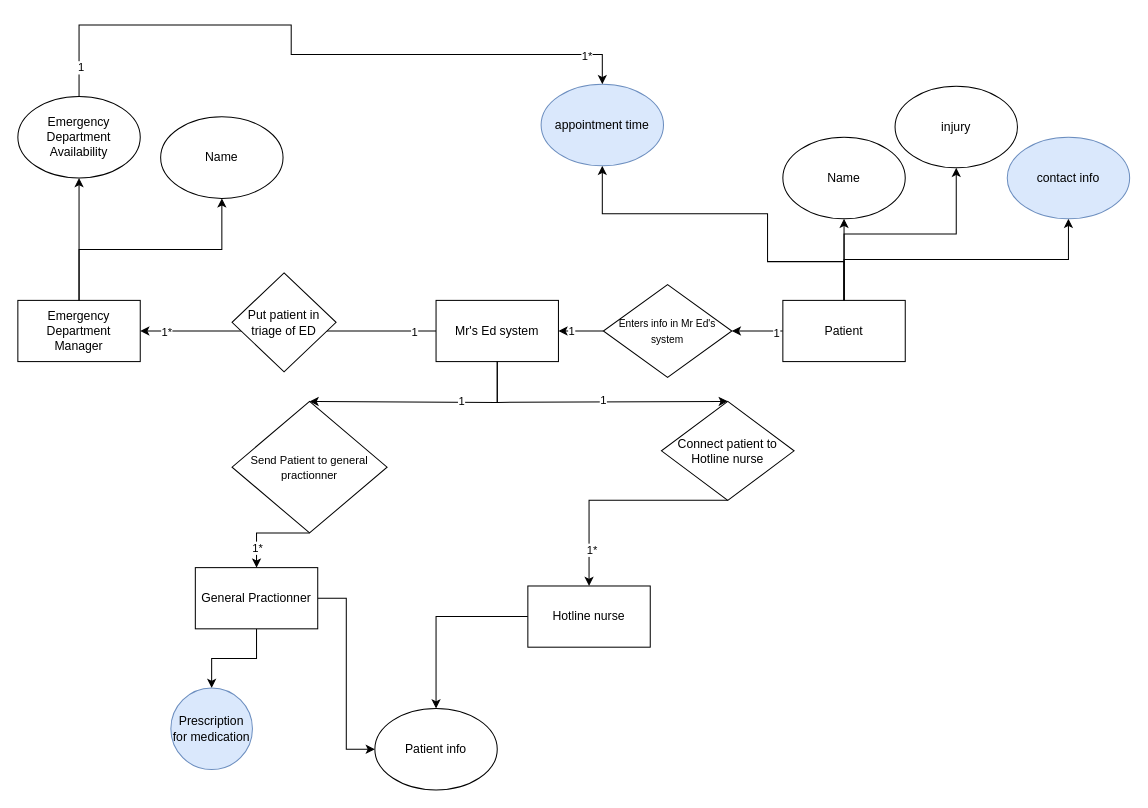
The draw.io diagram EliorWork/drawios/ERD.drawio in SENG-350-2024-fall/Team9, before the edit. Source tidied: cells renumbered, new cells numbered last; positions are measured from the earlier drawing's top-left corner, leaving out a move shared by most shapes. Both pictures are drawn from the tidied source at 102%, with x=0, y=0 at pixel (17, 24).
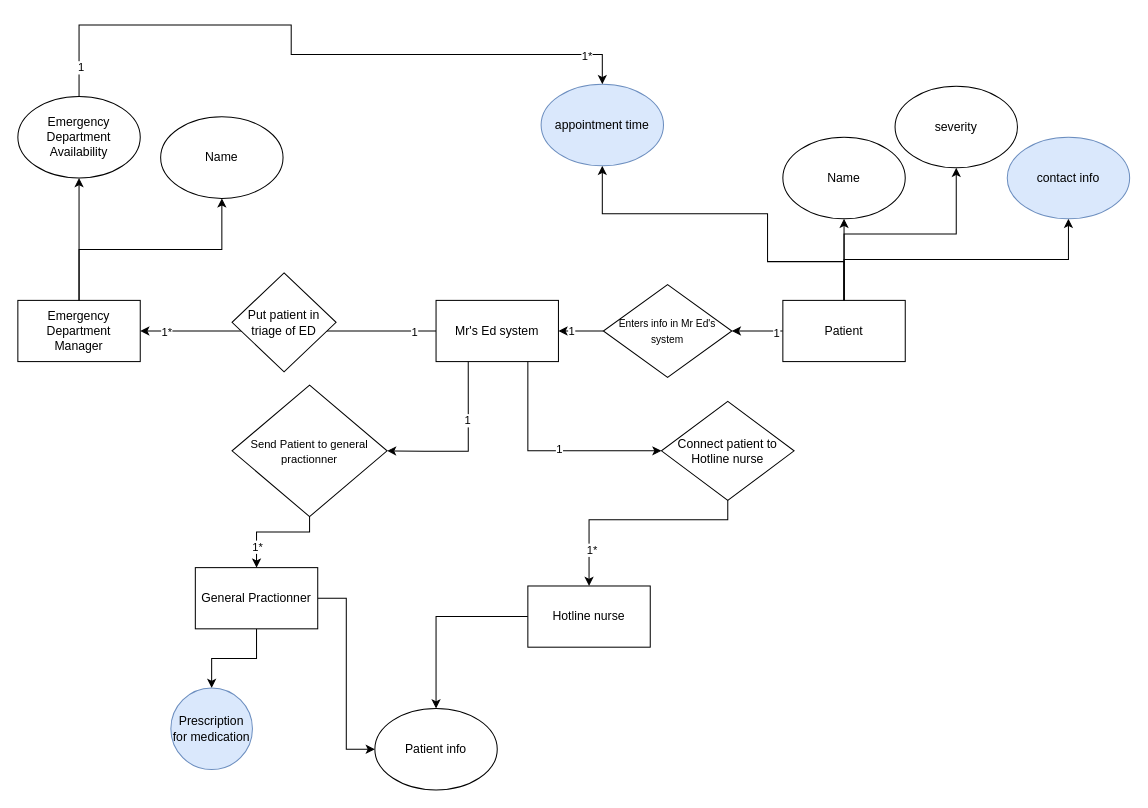
After the change.

Unchanged cells that the change refers to:
```xml
<mxCell id="3" value="Hotline nurse" style="rounded=0;whiteSpace=wrap;html=1;" parent="1" vertex="1">
  <mxGeometry x="500" y="550" width="120" height="60" as="geometry" />
</mxCell>
<mxCell id="10" value="General Practionner" style="rounded=0;whiteSpace=wrap;html=1;" parent="1" vertex="1">
  <mxGeometry x="174" y="532" width="120" height="60" as="geometry" />
</mxCell>
<mxCell id="31" value="Mr's Ed system" style="whiteSpace=wrap;html=1;rounded=0;" parent="1" vertex="1">
  <mxGeometry x="410" y="270" width="120" height="60" as="geometry" />
</mxCell>
<mxCell id="42" value="Connect patient to Hotline nurse" style="rhombus;whiteSpace=wrap;html=1;" parent="1" vertex="1">
  <mxGeometry x="631" y="369" width="130" height="97" as="geometry" />
</mxCell>
```

Diff of the diagram source:
```diff
@@
-    <mxCell id="15" value="injury" style="ellipse;whiteSpace=wrap;html=1;" parent="1" vertex="1">
+    <mxCell id="15" value="severity" style="ellipse;whiteSpace=wrap;html=1;" parent="1" vertex="1">
       <mxGeometry x="860" y="60" width="120" height="80" as="geometry" />
     </mxCell>
@@
-    <mxCell id="33" style="endArrow=classic;html=1;rounded=0;exitX=0.5;exitY=1;exitDx=0;exitDy=0;entryX=0.5;entryY=0;entryDx=0;entryDy=0;" parent="1" edge="1" source="37" target="10">
+    <mxCell id="33" style="endArrow=classic;html=1;rounded=0;exitX=0.5;exitY=1;exitDx=0;exitDy=0;entryX=0.5;entryY=0;entryDx=0;entryDy=0;edgeStyle=orthogonalEdgeStyle;" parent="1" edge="1" source="37" target="10">
       <mxGeometry relative="1" as="geometry">
         <Array as="points">
-          <mxPoint x="234" y="498" />
+          <mxPoint x="286" y="497" />
+          <mxPoint x="234" y="497" />
         </Array>
       </mxGeometry>
     </mxCell>
     <mxCell id="34" value="1*" style="edgeLabel;html=1;align=center;verticalAlign=middle;" parent="33" vertex="1">
-      <mxGeometry x="0.53" relative="1" as="geometry" />
+      <mxGeometry x="0.53" relative="1" as="geometry">
+        <mxPoint y="3" as="offset" />
+      </mxGeometry>
     </mxCell>
-    <mxCell id="35" style="endArrow=classic;html=1;rounded=0;exitX=0.5;exitY=1;exitDx=0;exitDy=0;entryX=0.5;entryY=0;entryDx=0;entryDy=0;" parent="1" edge="1" source="31" target="37">
+    <mxCell id="35" style="endArrow=classic;html=1;rounded=0;exitX=0.263;exitY=1.002;exitDx=0;exitDy=0;entryX=1;entryY=0.5;entryDx=0;entryDy=0;edgeStyle=orthogonalEdgeStyle;exitPerimeter=0;" parent="1" edge="1" source="31" target="37">
       <mxGeometry relative="1" as="geometry">
         <Array as="points">
-          <mxPoint x="470" y="370" />
+          <mxPoint x="442" y="418" />
+          <mxPoint x="399" y="418" />
         </Array>
       </mxGeometry>
     </mxCell>
@@
     <mxCell id="37" value="&lt;font style=&quot;font-size: 11px;&quot;&gt;Send Patient to general practionner&lt;/font&gt;" style="rhombus;whiteSpace=wrap;html=1;" parent="1" vertex="1">
-      <mxGeometry x="210" y="369" width="152" height="129" as="geometry" />
+      <mxGeometry x="210" y="353" width="152" height="129" as="geometry" />
     </mxCell>
-    <mxCell id="38" style="endArrow=classic;html=1;rounded=0;exitX=0.5;exitY=1;exitDx=0;exitDy=0;entryX=0.5;entryY=0;entryDx=0;entryDy=0;" parent="1" edge="1" source="42" target="3">
+    <mxCell id="38" style="endArrow=classic;html=1;rounded=0;exitX=0.5;exitY=1;exitDx=0;exitDy=0;entryX=0.5;entryY=0;entryDx=0;entryDy=0;edgeStyle=orthogonalEdgeStyle;" parent="1" edge="1" source="42" target="3">
       <mxGeometry relative="1" as="geometry">
         <Array as="points">
-          <mxPoint x="560" y="466" />
+          <mxPoint x="696" y="485" />
+          <mxPoint x="560" y="485" />
         </Array>
       </mxGeometry>
     </mxCell>
@@
-    <mxCell id="40" style="endArrow=classic;html=1;rounded=0;exitX=0.5;exitY=1;exitDx=0;exitDy=0;entryX=0.5;entryY=0;entryDx=0;entryDy=0;" parent="1" edge="1" source="31" target="42">
-      <mxGeometry relative="1" as="geometry">
-        <Array as="points">
-          <mxPoint x="470" y="370" />
-        </Array>
-      </mxGeometry>
+    <mxCell id="40" style="endArrow=classic;html=1;rounded=0;exitX=0.75;exitY=1;exitDx=0;exitDy=0;entryX=0;entryY=0.5;entryDx=0;entryDy=0;edgeStyle=orthogonalEdgeStyle;" parent="1" edge="1" source="31" target="42">
+      <mxGeometry relative="1" as="geometry" />
     </mxCell>
```
